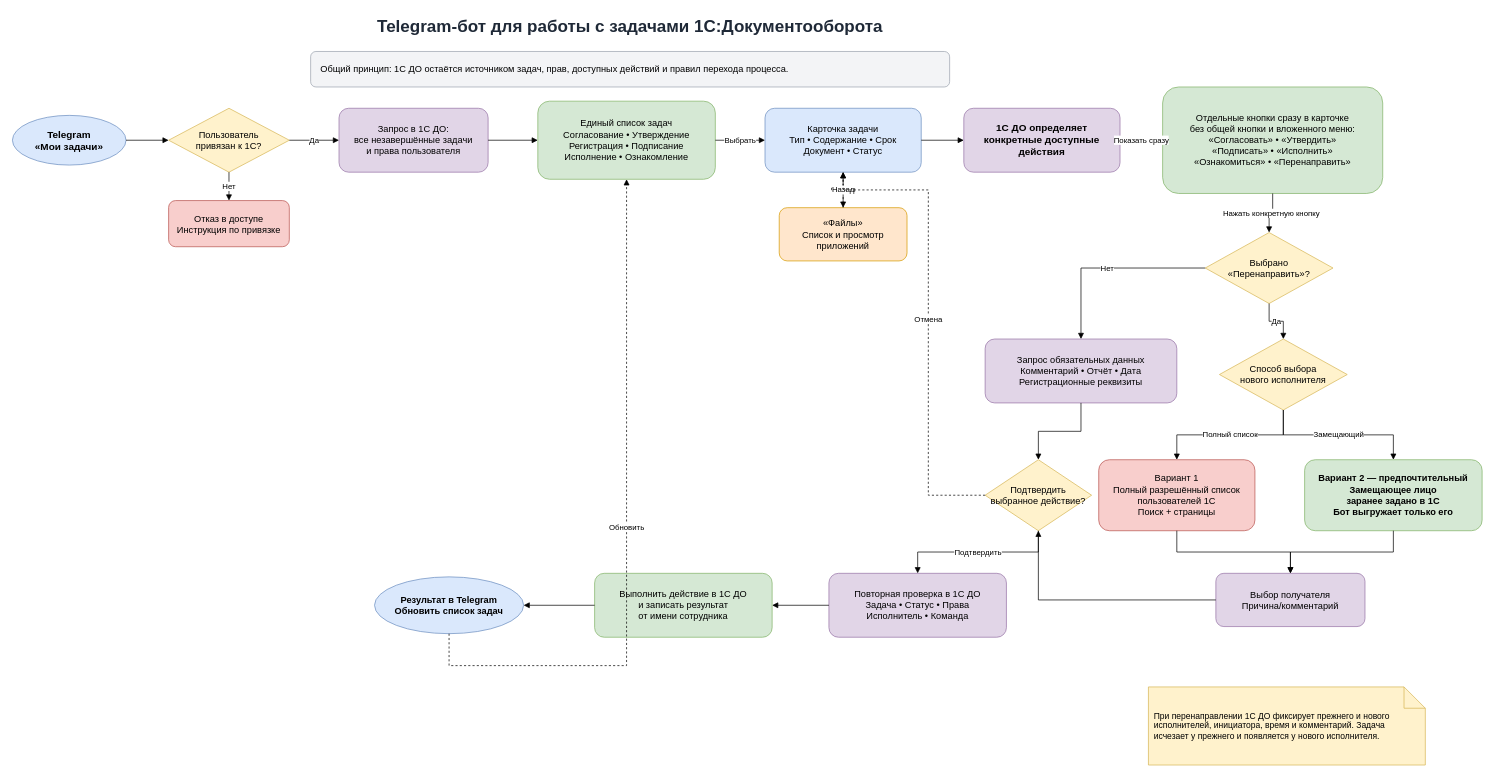
Above: Центр инноваций/CPOD 38/БП/Схема Telegram-бота для задач 1С ДО.drawio in Jekasss/vs-code (draw.io), before the change. Source tidied: cells renumbered, new cells numbered last; positions are measured from the earlier drawing's top-left corner, leaving out a move shared by most shapes. Both pictures are drawn from the tidied source at 71%, with x=0, y=0 at pixel (12, 12).
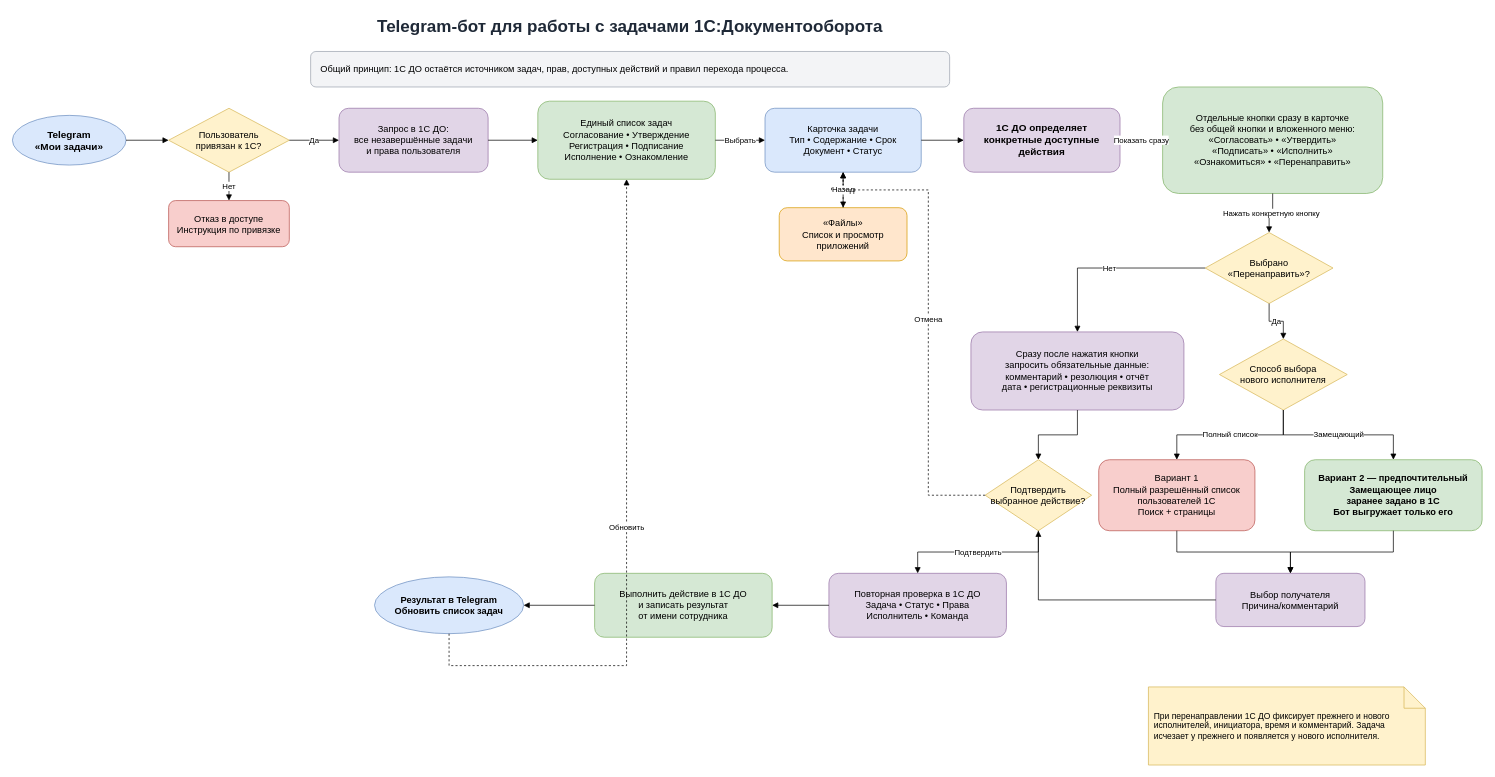
The same diagram, later.

What changed in the source:
```diff
@@
-    <mxCell id="14" value="Запрос обязательных данных&#10;Комментарий • Отчёт • Дата&#10;Регистрационные реквизиты" style="rounded=1;whiteSpace=wrap;html=1;fillColor=#E1D5E7;strokeColor=#9673A6;fontSize=13;" parent="1" vertex="1">
-      <mxGeometry x="1370" y="460" width="270" height="90" as="geometry" />
+    <mxCell id="14" value="Сразу после нажатия кнопки&#10;запросить обязательные данные:&#10;комментарий • резолюция • отчёт&#10;дата • регистрационные реквизиты" style="rounded=1;whiteSpace=wrap;html=1;fillColor=#E1D5E7;strokeColor=#9673A6;fontSize=13;" parent="1" vertex="1">
+      <mxGeometry x="1350" y="450" width="300" height="110" as="geometry" />
     </mxCell>
```
